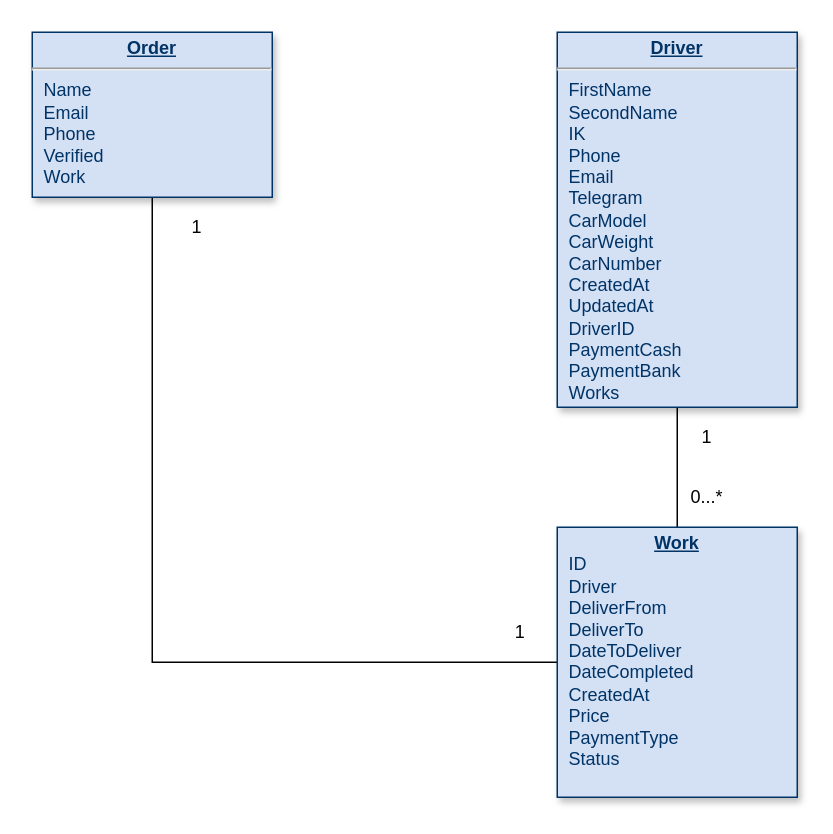
Before: design/DB.drawio in masb3/delivery24, a draw.io diagram. Source tidied: cells renumbered, new cells numbered last; positions are measured from the earlier drawing's top-left corner, leaving out a move shared by most shapes. Both pictures are drawn from the tidied source at 150%, with x=0, y=0 at pixel (32, 32).
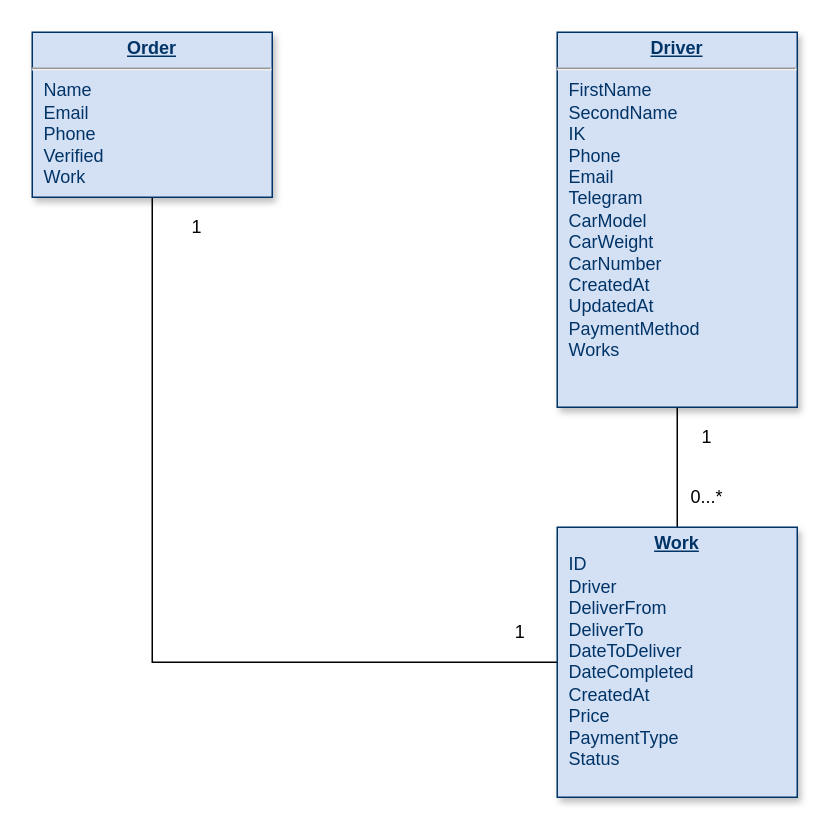
The same diagram, later.

Change to the diagram source:
```diff
@@
 <mxGraphModel>
   <root>
     <mxCell id="0" />
     <mxCell id="1" parent="0" />
     <mxCell id="2" style="edgeStyle=orthogonalEdgeStyle;rounded=0;jettySize=auto;html=1;exitX=0.5;exitY=1;exitDx=0;exitDy=0;entryX=0;entryY=0.5;entryDx=0;entryDy=0;endArrow=none;endFill=0;" parent="1" edge="1" source="3" target="6">
       <mxGeometry relative="1" as="geometry" />
     </mxCell>
     <mxCell id="3" value="&lt;p style=&quot;margin: 0px ; margin-top: 4px ; text-align: center ; text-decoration: underline&quot;&gt;&lt;b&gt;Order&lt;/b&gt;&lt;/p&gt;&lt;hr&gt;&lt;p style=&quot;margin: 0px ; margin-left: 8px&quot;&gt;Name&lt;/p&gt;&lt;p style=&quot;margin: 0px ; margin-left: 8px&quot;&gt;Email&lt;/p&gt;&lt;p style=&quot;margin: 0px ; margin-left: 8px&quot;&gt;Phone&lt;/p&gt;&lt;p style=&quot;margin: 0px ; margin-left: 8px&quot;&gt;Verified&lt;br&gt;Work&lt;br&gt;&lt;br&gt;&lt;/p&gt;" style="verticalAlign=top;align=left;overflow=fill;fontSize=12;fontFamily=Helvetica;html=1;strokeColor=#003366;shadow=1;fillColor=#D4E1F5;fontColor=#003366;" parent="1" vertex="1">
       <mxGeometry width="160" height="110" as="geometry" />
     </mxCell>
     <mxCell id="4" style="edgeStyle=orthogonalEdgeStyle;rounded=0;jettySize=auto;html=1;exitX=0.5;exitY=1;exitDx=0;exitDy=0;entryX=0.5;entryY=0;entryDx=0;entryDy=0;endArrow=none;endFill=0;" parent="1" edge="1" source="5" target="6">
       <mxGeometry relative="1" as="geometry" />
     </mxCell>
-    <mxCell id="5" value="&lt;p style=&quot;margin: 0px ; margin-top: 4px ; text-align: center ; text-decoration: underline&quot;&gt;&lt;strong&gt;Driver&lt;/strong&gt;&lt;/p&gt;&lt;hr&gt;&lt;p style=&quot;margin: 0px ; margin-left: 8px&quot;&gt;FirstName&lt;/p&gt;&lt;p style=&quot;margin: 0px ; margin-left: 8px&quot;&gt;SecondName&lt;/p&gt;&lt;p style=&quot;margin: 0px ; margin-left: 8px&quot;&gt;IK&lt;/p&gt;&lt;p style=&quot;margin: 0px ; margin-left: 8px&quot;&gt;Phone&lt;br&gt;Email&lt;br&gt;Telegram&lt;br&gt;CarModel&lt;/p&gt;&lt;p style=&quot;margin: 0px ; margin-left: 8px&quot;&gt;CarWeight&lt;/p&gt;&lt;p style=&quot;margin: 0px ; margin-left: 8px&quot;&gt;CarNumber&lt;/p&gt;&lt;p style=&quot;margin: 0px ; margin-left: 8px&quot;&gt;CreatedAt&lt;br&gt;UpdatedAt&lt;/p&gt;&lt;p style=&quot;margin: 0px ; margin-left: 8px&quot;&gt;DriverID&lt;br&gt;PaymentCash&lt;br&gt;PaymentBank&lt;br&gt;Works&lt;br&gt;&lt;br&gt;&lt;/p&gt;" style="verticalAlign=top;align=left;overflow=fill;fontSize=12;fontFamily=Helvetica;html=1;strokeColor=#003366;shadow=1;fillColor=#D4E1F5;fontColor=#003366;" parent="1" vertex="1">
+    <mxCell id="5" value="&lt;p style=&quot;margin: 0px ; margin-top: 4px ; text-align: center ; text-decoration: underline&quot;&gt;&lt;strong&gt;Driver&lt;/strong&gt;&lt;/p&gt;&lt;hr&gt;&lt;p style=&quot;margin: 0px ; margin-left: 8px&quot;&gt;FirstName&lt;/p&gt;&lt;p style=&quot;margin: 0px ; margin-left: 8px&quot;&gt;SecondName&lt;/p&gt;&lt;p style=&quot;margin: 0px ; margin-left: 8px&quot;&gt;IK&lt;/p&gt;&lt;p style=&quot;margin: 0px ; margin-left: 8px&quot;&gt;Phone&lt;br&gt;Email&lt;br&gt;Telegram&lt;br&gt;CarModel&lt;/p&gt;&lt;p style=&quot;margin: 0px ; margin-left: 8px&quot;&gt;CarWeight&lt;/p&gt;&lt;p style=&quot;margin: 0px ; margin-left: 8px&quot;&gt;CarNumber&lt;/p&gt;&lt;p style=&quot;margin: 0px ; margin-left: 8px&quot;&gt;CreatedAt&lt;br&gt;UpdatedAt&lt;/p&gt;&lt;p style=&quot;margin: 0px ; margin-left: 8px&quot;&gt;PaymentMethod&lt;br&gt;Works&lt;/p&gt;" style="verticalAlign=top;align=left;overflow=fill;fontSize=12;fontFamily=Helvetica;html=1;strokeColor=#003366;shadow=1;fillColor=#D4E1F5;fontColor=#003366;" parent="1" vertex="1">
       <mxGeometry x="350" width="160" height="250" as="geometry" />
     </mxCell>
     <mxCell id="6" value="&lt;p style=&quot;margin: 0px ; margin-top: 4px ; text-align: center ; text-decoration: underline&quot;&gt;&lt;b&gt;Work&lt;/b&gt;&lt;/p&gt;&lt;p style=&quot;margin: 0px ; margin-left: 8px&quot;&gt;ID&lt;/p&gt;&lt;p style=&quot;margin: 0px ; margin-left: 8px&quot;&gt;Driver&lt;/p&gt;&lt;p style=&quot;margin: 0px ; margin-left: 8px&quot;&gt;DeliverFrom&lt;/p&gt;&lt;p style=&quot;margin: 0px ; margin-left: 8px&quot;&gt;DeliverTo&lt;/p&gt;&lt;p style=&quot;margin: 0px ; margin-left: 8px&quot;&gt;DateToDeliver&lt;br&gt;DateCompleted&lt;/p&gt;&lt;p style=&quot;margin: 0px ; margin-left: 8px&quot;&gt;CreatedAt&lt;/p&gt;&lt;p style=&quot;margin: 0px ; margin-left: 8px&quot;&gt;Price&lt;br&gt;PaymentType&lt;br&gt;Status&lt;/p&gt;" style="verticalAlign=top;align=left;overflow=fill;fontSize=12;fontFamily=Helvetica;html=1;strokeColor=#003366;shadow=1;fillColor=#D4E1F5;fontColor=#003366;" parent="1" vertex="1">
       <mxGeometry x="350" y="330" width="160" height="180" as="geometry" />
     </mxCell>
     <mxCell id="7" value="1" style="text;html=1;strokeColor=none;fillColor=none;align=center;verticalAlign=middle;whiteSpace=wrap;rounded=0;" parent="1" vertex="1">
       <mxGeometry x="430" y="260" width="40" height="20" as="geometry" />
     </mxCell>
     <mxCell id="8" value="0...*" style="text;html=1;strokeColor=none;fillColor=none;align=center;verticalAlign=middle;whiteSpace=wrap;rounded=0;" parent="1" vertex="1">
       <mxGeometry x="430" y="300" width="40" height="20" as="geometry" />
     </mxCell>
     <mxCell id="9" value="1" style="text;html=1;strokeColor=none;fillColor=none;align=center;verticalAlign=middle;whiteSpace=wrap;rounded=0;" parent="1" vertex="1">
       <mxGeometry x="90" y="120" width="40" height="20" as="geometry" />
     </mxCell>
     <mxCell id="10" value="1" style="text;html=1;align=center;verticalAlign=middle;" parent="1" vertex="1">
       <mxGeometry x="315" y="390" width="20" height="20" as="geometry" />
     </mxCell>
   </root>
 </mxGraphModel>
```
